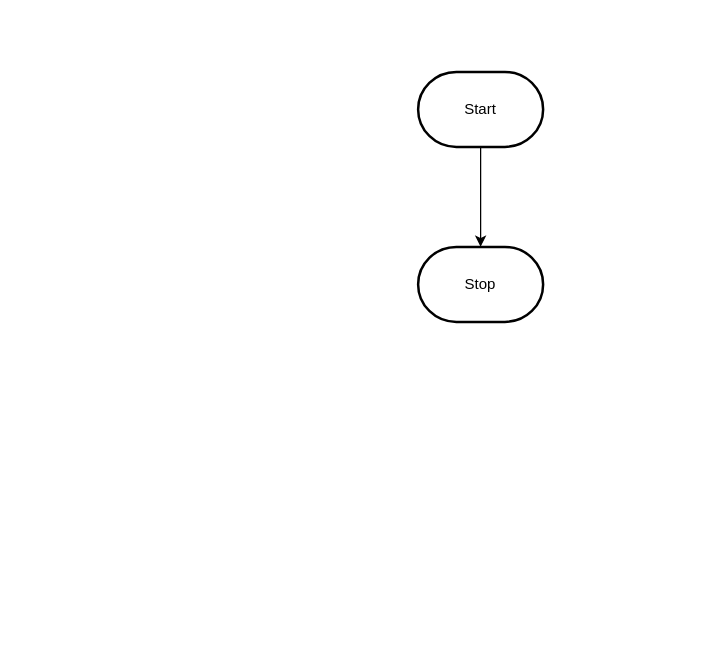
Before: design/flowchart.drawio in MTHS-TEJ2O-1-2023/TEJ2O-Unit-2-11-ihor-chernyshev, a draw.io diagram. Source tidied: cells renumbered, new cells numbered last; positions are measured from the earlier drawing's top-left corner, leaving out a move shared by most shapes. Both pictures are drawn from the tidied source at 125%, with x=0, y=0 at pixel (418, 71).
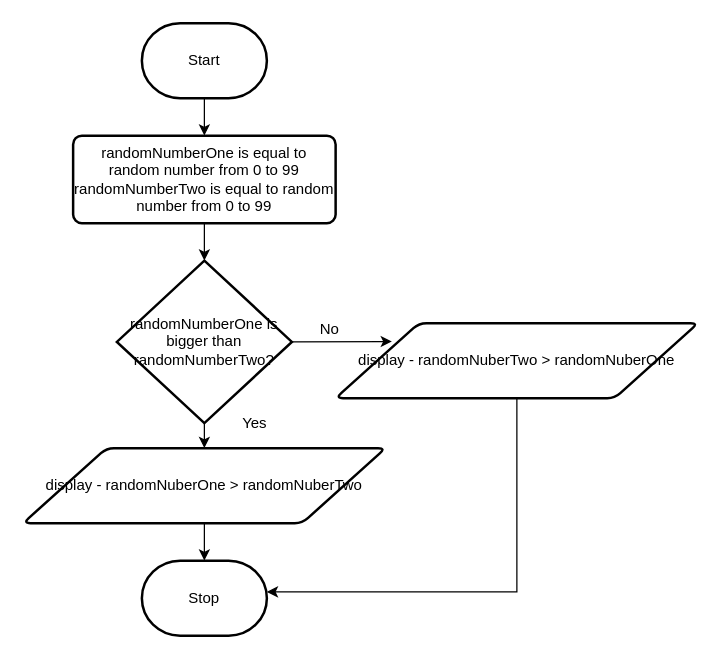
The same diagram, later.

What changed in the source:
```diff
@@
 <mxGraphModel>
   <root>
     <mxCell id="0" />
     <mxCell id="1" parent="0" />
-    <mxCell id="2" style="edgeStyle=orthogonalEdgeStyle;html=1;rounded=0;" parent="1" edge="1" source="3" target="4">
-      <mxGeometry relative="1" as="geometry" />
-    </mxCell>
+    <mxCell id="5" style="edgeStyle=none;html=1;exitX=0.5;exitY=1;exitDx=0;exitDy=0;exitPerimeter=0;entryX=0.5;entryY=0;entryDx=0;entryDy=0;" parent="1" edge="1" source="3" target="2">
+      <mxGeometry relative="1" as="geometry" />
+    </mxCell>
     <mxCell id="3" value="Start" style="strokeWidth=2;html=1;shape=mxgraph.flowchart.terminator;whiteSpace=wrap;" parent="1" vertex="1">
-      <mxGeometry width="100" height="60" as="geometry" />
+      <mxGeometry x="-221" y="-39" width="100" height="60" as="geometry" />
     </mxCell>
     <mxCell id="4" value="Stop" style="strokeWidth=2;html=1;shape=mxgraph.flowchart.terminator;whiteSpace=wrap;" parent="1" vertex="1">
-      <mxGeometry y="140" width="100" height="60" as="geometry" />
+      <mxGeometry x="-221" y="391" width="100" height="60" as="geometry" />
     </mxCell>
+    <mxCell id="6" style="edgeStyle=none;html=1;exitX=0.5;exitY=1;exitDx=0;exitDy=0;" parent="1" edge="1" source="2" target="9">
+      <mxGeometry relative="1" as="geometry" />
+    </mxCell>
+    <mxCell id="2" value="randomNumberOne is equal to random number from 0 to 99&lt;br&gt;randomNumberTwo is equal to random number from 0 to 99&lt;br&gt;" style="rounded=1;whiteSpace=wrap;html=1;absoluteArcSize=1;arcSize=14;strokeWidth=2;" parent="1" vertex="1">
+      <mxGeometry x="-276" y="51" width="210" height="70" as="geometry" />
+    </mxCell>
+    <mxCell id="7" style="edgeStyle=none;html=1;exitX=0.5;exitY=1;exitDx=0;exitDy=0;exitPerimeter=0;entryX=0.5;entryY=0;entryDx=0;entryDy=0;" parent="1" edge="1" source="9" target="11">
+      <mxGeometry relative="1" as="geometry" />
+    </mxCell>
+    <mxCell id="8" style="edgeStyle=none;html=1;exitX=1;exitY=0.5;exitDx=0;exitDy=0;exitPerimeter=0;" parent="1" edge="1" source="9">
+      <mxGeometry relative="1" as="geometry">
+        <mxPoint x="-21" y="215.7" as="targetPoint" />
+      </mxGeometry>
+    </mxCell>
+    <mxCell id="9" value="randomNumberOne is bigger than randomNumberTwo?" style="strokeWidth=2;html=1;shape=mxgraph.flowchart.decision;whiteSpace=wrap;" parent="1" vertex="1">
+      <mxGeometry x="-241" y="151" width="140" height="130" as="geometry" />
+    </mxCell>
+    <mxCell id="10" style="edgeStyle=none;html=1;exitX=0.5;exitY=1;exitDx=0;exitDy=0;entryX=0.5;entryY=0;entryDx=0;entryDy=0;entryPerimeter=0;" parent="1" edge="1" source="11" target="4">
+      <mxGeometry relative="1" as="geometry" />
+    </mxCell>
+    <mxCell id="11" value="display - randomNuberOne &amp;gt; randomNuberTwo" style="shape=parallelogram;html=1;strokeWidth=2;perimeter=parallelogramPerimeter;whiteSpace=wrap;rounded=1;arcSize=12;size=0.23;" parent="1" vertex="1">
+      <mxGeometry x="-316" y="301" width="290" height="60" as="geometry" />
+    </mxCell>
+    <mxCell id="12" value="Yes" style="text;html=1;align=center;verticalAlign=middle;strokeColor=none;fillColor=none;" parent="1" vertex="1">
+      <mxGeometry x="-151" y="266" width="40" height="30" as="geometry" />
+    </mxCell>
+    <mxCell id="13" value="No" style="text;html=1;align=center;verticalAlign=middle;strokeColor=none;fillColor=none;" parent="1" vertex="1">
+      <mxGeometry x="-91" y="191" width="40" height="30" as="geometry" />
+    </mxCell>
+    <mxCell id="14" style="edgeStyle=orthogonalEdgeStyle;html=1;exitX=0.5;exitY=1;exitDx=0;exitDy=0;strokeColor=none;rounded=0;" parent="1" edge="1" source="16">
+      <mxGeometry relative="1" as="geometry">
+        <mxPoint x="79.4" y="431" as="targetPoint" />
+      </mxGeometry>
+    </mxCell>
+    <mxCell id="15" style="edgeStyle=orthogonalEdgeStyle;rounded=0;html=1;exitX=0.5;exitY=1;exitDx=0;exitDy=0;" parent="1" edge="1" source="16" target="4">
+      <mxGeometry relative="1" as="geometry">
+        <Array as="points">
+          <mxPoint x="79" y="416" />
+        </Array>
+      </mxGeometry>
+    </mxCell>
+    <mxCell id="16" value="display - randomNuberTwo &amp;gt; randomNuberOne" style="shape=parallelogram;html=1;strokeWidth=2;perimeter=parallelogramPerimeter;whiteSpace=wrap;rounded=1;arcSize=12;size=0.23;" parent="1" vertex="1">
+      <mxGeometry x="-66" y="201" width="290" height="60" as="geometry" />
+    </mxCell>
   </root>
 </mxGraphModel>
```
